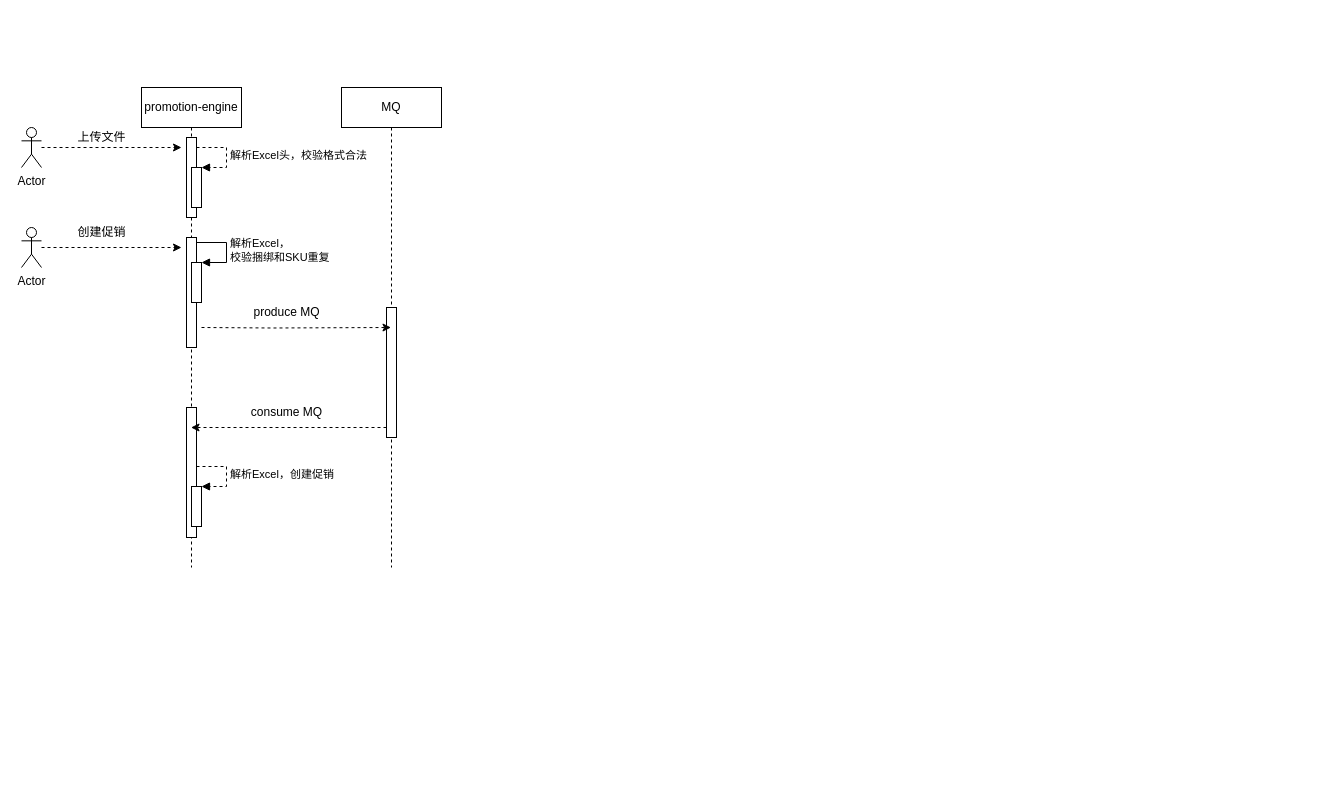
This is 未命名绘图.drawio from jingjie2018/test, a draw.io file, before an edit. Source tidied: cells renumbered, new cells numbered last; positions are measured from the earlier drawing's top-left corner, leaving out a move shared by most shapes. Both pictures are drawn from the tidied source at 100%, with x=0, y=0 at pixel (21, 87).
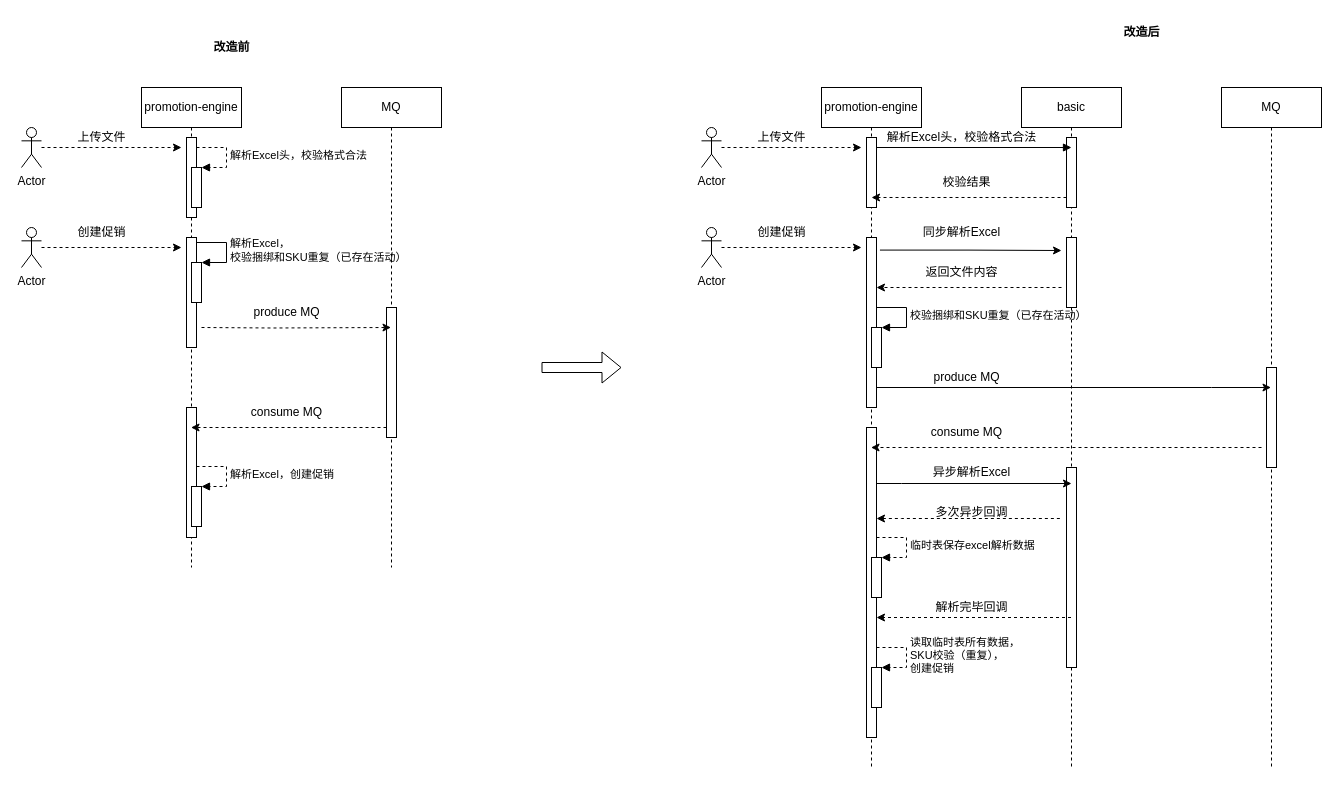
Above is the later version.

Commit message (it also covers changes not shown here):
更新未命名绘图.drawio

Unchanged cells that the change refers to:
```xml
<mxCell id="2" value="promotion-engine" style="shape=umlLifeline;perimeter=lifelinePerimeter;whiteSpace=wrap;html=1;" parent="1" vertex="1">
  <mxGeometry x="120" width="100" height="480" as="geometry" />
</mxCell>
<mxCell id="10" style="html=1;points=[];perimeter=orthogonalPerimeter;" parent="2" vertex="1">
  <mxGeometry x="50" y="175" width="10" height="40" as="geometry" />
</mxCell>
```

Change to the diagram source:
```diff
@@
-    <mxCell id="11" value="解析Excel，&lt;br&gt;校验捆绑和SKU重复" style="edgeStyle=orthogonalEdgeStyle;html=1;align=left;spacingLeft=2;endArrow=block;rounded=0;entryX=1;entryY=0;" parent="2" edge="1" target="10">
+    <mxCell id="11" value="解析Excel，&lt;br&gt;校验捆绑和SKU重复（已存在活动）" style="edgeStyle=orthogonalEdgeStyle;html=1;align=left;spacingLeft=2;endArrow=block;rounded=0;entryX=1;entryY=0;" parent="2" edge="1" target="10">
       <mxGeometry relative="1" as="geometry">
         <mxPoint x="55" y="155" as="sourcePoint" />
         <Array as="points">
           <mxPoint x="85" y="155" />
         </Array>
       </mxGeometry>
     </mxCell>
@@
+    <mxCell id="24" value="promotion-engine" style="shape=umlLifeline;perimeter=lifelinePerimeter;whiteSpace=wrap;html=1;outlineConnect=0;" parent="1" vertex="1">
+      <mxGeometry x="800" width="100" height="680" as="geometry" />
+    </mxCell>
+    <mxCell id="25" style="html=1;perimeter=orthogonalPerimeter;" parent="24" vertex="1">
+      <mxGeometry x="45" y="340" width="10" height="310" as="geometry" />
+    </mxCell>
+    <mxCell id="26" style="html=1;points=[];perimeter=orthogonalPerimeter;" parent="24" vertex="1">
+      <mxGeometry x="50" y="470" width="10" height="40" as="geometry" />
+    </mxCell>
+    <mxCell id="27" value="临时表保存excel解析数据" style="edgeStyle=orthogonalEdgeStyle;html=1;align=left;spacingLeft=2;endArrow=block;rounded=0;entryX=1;entryY=0;dashed=1;" parent="24" edge="1" target="26">
+      <mxGeometry x="0.01" relative="1" as="geometry">
+        <mxPoint x="55" y="450" as="sourcePoint" />
+        <Array as="points">
+          <mxPoint x="85" y="450" />
+        </Array>
+      </mxGeometry>
+    </mxCell>
+    <mxCell id="28" style="html=1;points=[];perimeter=orthogonalPerimeter;" parent="24" vertex="1">
+      <mxGeometry x="45" y="50" width="10" height="70" as="geometry" />
+    </mxCell>
+    <mxCell id="29" style="html=1;points=[];perimeter=orthogonalPerimeter;" parent="24" vertex="1">
+      <mxGeometry x="45" y="150" width="10" height="170" as="geometry" />
+    </mxCell>
+    <mxCell id="30" style="html=1;points=[];perimeter=orthogonalPerimeter;" parent="24" vertex="1">
+      <mxGeometry x="50" y="240" width="10" height="40" as="geometry" />
+    </mxCell>
+    <mxCell id="31" value="校验捆绑和SKU重复（已存在活动）" style="edgeStyle=orthogonalEdgeStyle;html=1;align=left;spacingLeft=2;endArrow=block;rounded=0;entryX=1;entryY=0;" parent="24" edge="1" target="30">
+      <mxGeometry relative="1" as="geometry">
+        <mxPoint x="55" y="220" as="sourcePoint" />
+        <Array as="points">
+          <mxPoint x="85" y="220" />
+        </Array>
+      </mxGeometry>
+    </mxCell>
+    <mxCell id="32" style="html=1;points=[];perimeter=orthogonalPerimeter;" parent="24" vertex="1">
+      <mxGeometry x="50" y="580" width="10" height="40" as="geometry" />
+    </mxCell>
+    <mxCell id="33" value="读取临时表所有数据，&lt;br&gt;SKU校验（重复），&lt;br&gt;创建促销" style="edgeStyle=orthogonalEdgeStyle;html=1;align=left;spacingLeft=2;endArrow=block;rounded=0;entryX=1;entryY=0;dashed=1;" parent="24" edge="1" target="32">
+      <mxGeometry relative="1" as="geometry">
+        <mxPoint x="55" y="560" as="sourcePoint" />
+        <Array as="points">
+          <mxPoint x="85" y="560" />
+        </Array>
+      </mxGeometry>
+    </mxCell>
+    <mxCell id="34" value="basic" style="shape=umlLifeline;perimeter=lifelinePerimeter;whiteSpace=wrap;html=1;outlineConnect=0;" parent="1" vertex="1">
+      <mxGeometry x="1000" width="100" height="680" as="geometry" />
+    </mxCell>
+    <mxCell id="35" style="html=1;perimeter=orthogonalPerimeter;" parent="34" vertex="1">
+      <mxGeometry x="45" y="150" width="10" height="70" as="geometry" />
+    </mxCell>
+    <mxCell id="36" style="html=1;points=[];perimeter=orthogonalPerimeter;" parent="34" vertex="1">
+      <mxGeometry x="45" y="50" width="10" height="70" as="geometry" />
+    </mxCell>
+    <mxCell id="37" style="html=1;perimeter=orthogonalPerimeter;" parent="34" vertex="1">
+      <mxGeometry x="45" y="380" width="10" height="200" as="geometry" />
+    </mxCell>
+    <mxCell id="38" style="edgeStyle=orthogonalEdgeStyle;rounded=0;jettySize=auto;html=1;dashed=1;" parent="1" edge="1" source="39">
+      <mxGeometry relative="1" as="geometry">
+        <mxPoint x="840" y="60" as="targetPoint" />
+      </mxGeometry>
+    </mxCell>
+    <mxCell id="39" value="Actor" style="shape=umlActor;verticalLabelPosition=bottom;verticalAlign=top;html=1;" parent="1" vertex="1">
+      <mxGeometry x="680" y="40" width="20" height="40" as="geometry" />
+    </mxCell>
+    <mxCell id="40" value="上传文件" style="text;html=1;align=center;verticalAlign=middle;strokeColor=none;fillColor=none;" parent="1" vertex="1">
+      <mxGeometry x="725" y="35" width="70" height="30" as="geometry" />
+    </mxCell>
+    <mxCell id="41" style="edgeStyle=orthogonalEdgeStyle;rounded=0;jettySize=auto;html=1;dashed=1;" parent="1" edge="1" source="42">
+      <mxGeometry relative="1" as="geometry">
+        <mxPoint x="840" y="160" as="targetPoint" />
+      </mxGeometry>
+    </mxCell>
+    <mxCell id="42" value="Actor" style="shape=umlActor;verticalLabelPosition=bottom;verticalAlign=top;html=1;" parent="1" vertex="1">
+      <mxGeometry x="680" y="140" width="20" height="40" as="geometry" />
+    </mxCell>
+    <mxCell id="43" value="创建促销" style="text;html=1;align=center;verticalAlign=middle;strokeColor=none;fillColor=none;" parent="1" vertex="1">
+      <mxGeometry x="725" y="130" width="70" height="30" as="geometry" />
+    </mxCell>
+    <mxCell id="44" style="edgeStyle=orthogonalEdgeStyle;html=1;align=left;spacingLeft=2;endArrow=block;rounded=0;entryX=0.5;entryY=0.125;entryDx=0;entryDy=0;entryPerimeter=0;" parent="1" edge="1">
+      <mxGeometry relative="1" as="geometry">
+        <mxPoint x="855" y="60" as="sourcePoint" />
+        <mxPoint x="1050" y="60" as="targetPoint" />
+      </mxGeometry>
+    </mxCell>
+    <mxCell id="45" style="edgeStyle=orthogonalEdgeStyle;rounded=0;jettySize=auto;html=1;entryX=0.5;entryY=0.857;entryDx=0;entryDy=0;entryPerimeter=0;dashed=1;" parent="1" edge="1" source="36" target="28">
+      <mxGeometry relative="1" as="geometry">
+        <Array as="points">
+          <mxPoint x="1030" y="110" />
+          <mxPoint x="1030" y="110" />
+        </Array>
+      </mxGeometry>
+    </mxCell>
+    <mxCell id="46" value="解析Excel头，校验格式合法" style="text;html=1;align=center;verticalAlign=middle;strokeColor=none;fillColor=none;" parent="1" vertex="1">
+      <mxGeometry x="855" y="35" width="170" height="30" as="geometry" />
+    </mxCell>
+    <mxCell id="47" value="校验结果" style="text;html=1;align=center;verticalAlign=middle;strokeColor=none;fillColor=none;" parent="1" vertex="1">
+      <mxGeometry x="910" y="80" width="70" height="30" as="geometry" />
+    </mxCell>
+    <mxCell id="48" style="edgeStyle=orthogonalEdgeStyle;rounded=0;jettySize=auto;html=1;exitX=1.344;exitY=0.074;exitDx=0;exitDy=0;exitPerimeter=0;" parent="1" edge="1" source="29">
+      <mxGeometry relative="1" as="geometry">
+        <mxPoint x="1040" y="163" as="targetPoint" />
+      </mxGeometry>
+    </mxCell>
+    <mxCell id="49" value="同步解析Excel" style="text;html=1;align=center;verticalAlign=middle;strokeColor=none;fillColor=none;" parent="1" vertex="1">
+      <mxGeometry x="890" y="130" width="100" height="30" as="geometry" />
+    </mxCell>
+    <mxCell id="50" style="edgeStyle=orthogonalEdgeStyle;rounded=0;orthogonalLoop=1;jettySize=auto;html=1;entryX=0.5;entryY=0.857;entryDx=0;entryDy=0;entryPerimeter=0;dashed=1;" parent="1" edge="1">
+      <mxGeometry relative="1" as="geometry">
+        <mxPoint x="1040" y="200" as="sourcePoint" />
+        <mxPoint x="855" y="200" as="targetPoint" />
+        <Array as="points">
+          <mxPoint x="1035" y="200" />
+          <mxPoint x="1035" y="200" />
+        </Array>
+      </mxGeometry>
+    </mxCell>
+    <mxCell id="51" value="返回文件内容" style="text;html=1;align=center;verticalAlign=middle;strokeColor=none;fillColor=none;" parent="1" vertex="1">
+      <mxGeometry x="890" y="170" width="100" height="30" as="geometry" />
+    </mxCell>
+    <mxCell id="52" value="MQ" style="shape=umlLifeline;perimeter=lifelinePerimeter;whiteSpace=wrap;html=1;outlineConnect=0;" parent="1" vertex="1">
+      <mxGeometry x="1200" width="100" height="680" as="geometry" />
+    </mxCell>
+    <mxCell id="53" style="html=1;perimeter=orthogonalPerimeter;" parent="52" vertex="1">
+      <mxGeometry x="45" y="280" width="10" height="100" as="geometry" />
+    </mxCell>
+    <mxCell id="54" style="edgeStyle=orthogonalEdgeStyle;rounded=0;jettySize=auto;html=1;" parent="1" edge="1" source="29" target="52">
+      <mxGeometry relative="1" as="geometry">
+        <Array as="points">
+          <mxPoint x="1190" y="300" />
+          <mxPoint x="1190" y="300" />
+        </Array>
+      </mxGeometry>
+    </mxCell>
+    <mxCell id="55" value="produce&amp;nbsp;MQ" style="text;html=1;align=center;verticalAlign=middle;strokeColor=none;fillColor=none;" parent="1" vertex="1">
+      <mxGeometry x="900" y="275" width="90" height="30" as="geometry" />
+    </mxCell>
+    <mxCell id="56" style="edgeStyle=orthogonalEdgeStyle;rounded=0;jettySize=auto;html=1;dashed=1;" parent="1" edge="1" target="24">
+      <mxGeometry relative="1" as="geometry">
+        <mxPoint x="1240" y="360" as="sourcePoint" />
+        <Array as="points">
+          <mxPoint x="970" y="360" />
+          <mxPoint x="970" y="360" />
+        </Array>
+      </mxGeometry>
+    </mxCell>
+    <mxCell id="57" value="consume&amp;nbsp;MQ" style="text;html=1;align=center;verticalAlign=middle;strokeColor=none;fillColor=none;" parent="1" vertex="1">
+      <mxGeometry x="900" y="330" width="90" height="30" as="geometry" />
+    </mxCell>
+    <mxCell id="58" style="edgeStyle=orthogonalEdgeStyle;rounded=0;orthogonalLoop=1;jettySize=auto;html=1;entryX=0.5;entryY=0.286;entryDx=0;entryDy=0;entryPerimeter=0;" parent="1" edge="1">
+      <mxGeometry relative="1" as="geometry">
+        <mxPoint x="855" y="396" as="sourcePoint" />
+        <mxPoint x="1050" y="396" as="targetPoint" />
+        <Array as="points">
+          <mxPoint x="880" y="396" />
+          <mxPoint x="880" y="396" />
+        </Array>
+      </mxGeometry>
+    </mxCell>
+    <mxCell id="59" style="edgeStyle=orthogonalEdgeStyle;rounded=0;orthogonalLoop=1;jettySize=auto;html=1;startArrow=classic;startFill=1;endArrow=none;endFill=0;dashed=1;" parent="1" edge="1">
+      <mxGeometry relative="1" as="geometry">
+        <mxPoint x="855" y="431" as="sourcePoint" />
+        <mxPoint x="1040" y="431" as="targetPoint" />
+        <Array as="points">
+          <mxPoint x="880" y="431" />
+          <mxPoint x="880" y="431" />
+        </Array>
+      </mxGeometry>
+    </mxCell>
+    <mxCell id="60" value="异步解析Excel" style="text;html=1;align=center;verticalAlign=middle;strokeColor=none;fillColor=none;" parent="1" vertex="1">
+      <mxGeometry x="900" y="370" width="100" height="30" as="geometry" />
+    </mxCell>
+    <mxCell id="61" value="多次异步回调" style="text;html=1;align=center;verticalAlign=middle;strokeColor=none;fillColor=none;" parent="1" vertex="1">
+      <mxGeometry x="900" y="410" width="100" height="30" as="geometry" />
+    </mxCell>
+    <mxCell id="62" style="edgeStyle=orthogonalEdgeStyle;rounded=0;jettySize=auto;html=1;dashed=1;" parent="1" edge="1" source="34">
+      <mxGeometry relative="1" as="geometry">
+        <mxPoint x="855" y="530" as="targetPoint" />
+        <Array as="points">
+          <mxPoint x="1010" y="530" />
+          <mxPoint x="1010" y="530" />
+        </Array>
+      </mxGeometry>
+    </mxCell>
+    <mxCell id="63" value="解析完毕回调" style="text;html=1;align=center;verticalAlign=middle;strokeColor=none;fillColor=none;" parent="1" vertex="1">
+      <mxGeometry x="900" y="505" width="100" height="30" as="geometry" />
+    </mxCell>
+    <mxCell id="64" style="shape=flexArrow;endArrow=classic;html=1;rounded=0;" parent="1" edge="1">
+      <mxGeometry relative="1" as="geometry">
+        <mxPoint x="520" y="280" as="sourcePoint" />
+        <mxPoint x="600" y="280" as="targetPoint" />
+      </mxGeometry>
+    </mxCell>
+    <mxCell id="65" value="&lt;b&gt;改造前&lt;/b&gt;" style="text;html=1;align=center;verticalAlign=middle;strokeColor=none;fillColor=none;" parent="1" vertex="1">
+      <mxGeometry x="180" y="-55" width="60" height="30" as="geometry" />
+    </mxCell>
+    <mxCell id="66" value="&lt;b&gt;改造后&lt;/b&gt;" style="text;html=1;align=center;verticalAlign=middle;strokeColor=none;fillColor=none;" parent="1" vertex="1">
+      <mxGeometry x="1090" y="-70" width="60" height="30" as="geometry" />
+    </mxCell>
```
